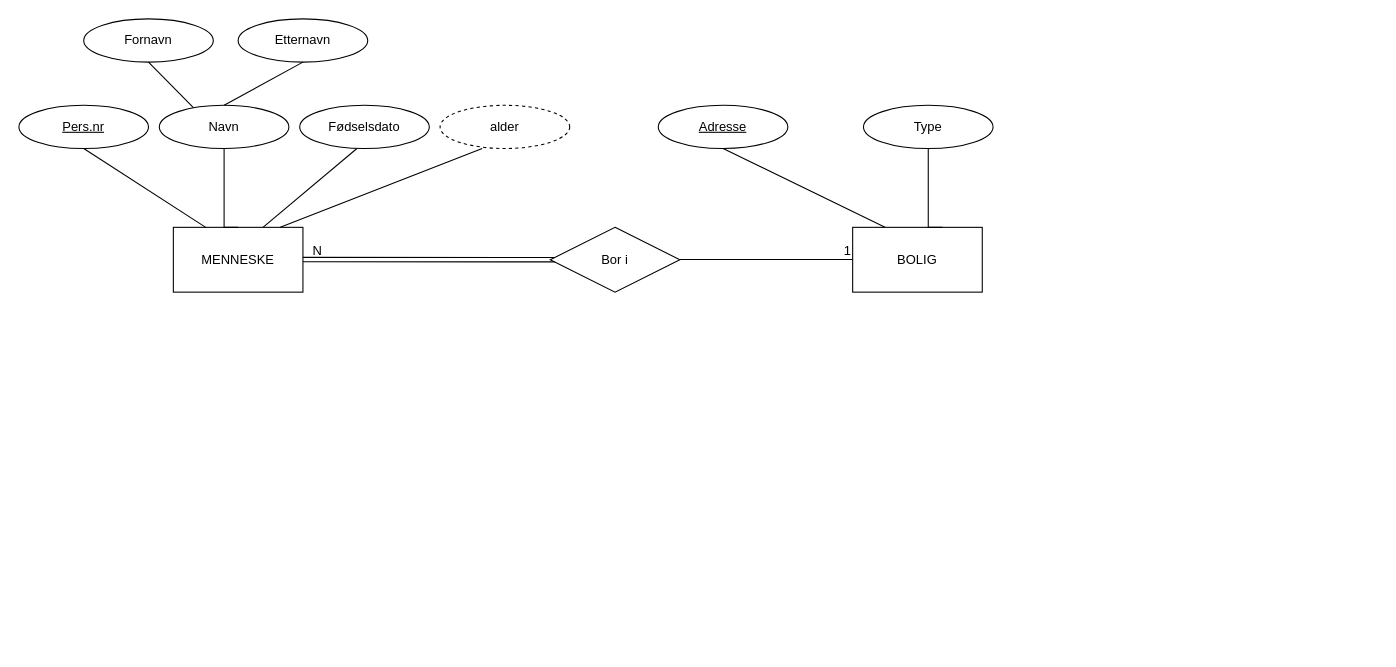
Above: Untitled Diagram.drawio in bendikmd/in2090 (draw.io), before the change. Source tidied: cells renumbered, new cells numbered last; positions are measured from the earlier drawing's top-left corner, leaving out a move shared by most shapes. Both pictures are drawn from the tidied source at 108%, with x=0, y=0 at pixel (18, 18).
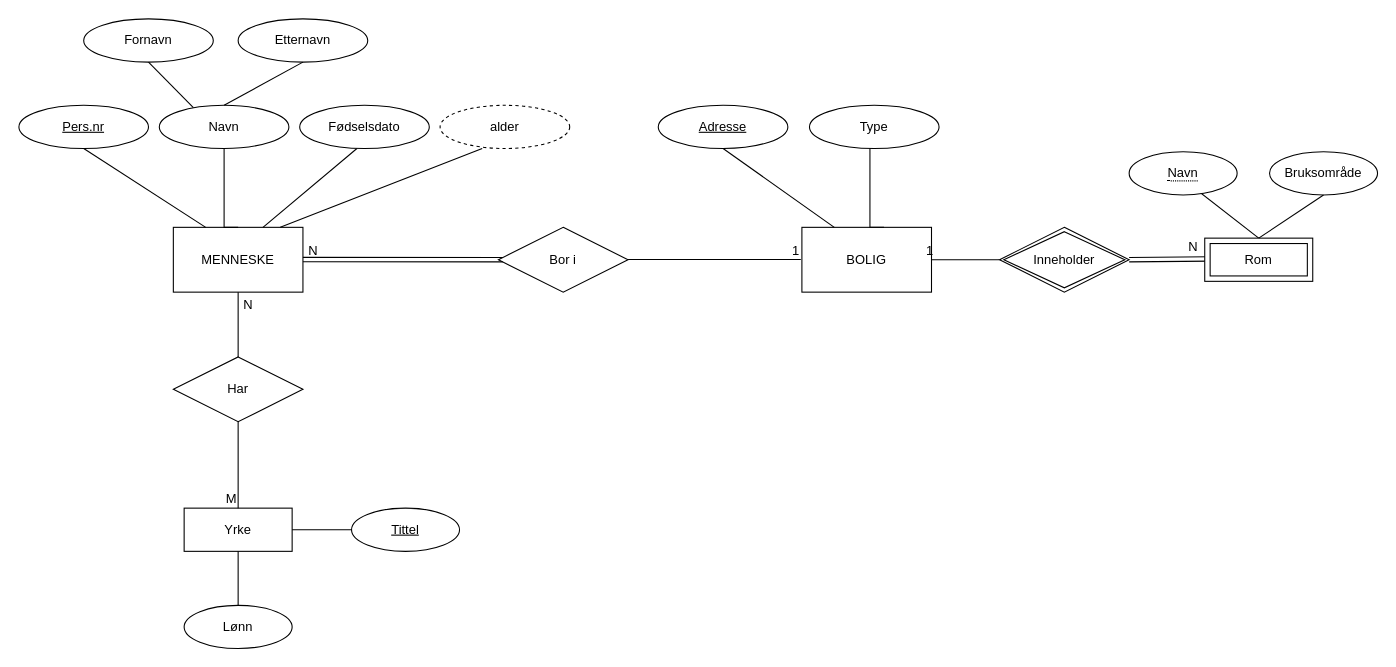
The same diagram, later.

The change refers to these unchanged cells:
```xml
<mxCell id="2" value="MENNESKE" style="rounded=0;whiteSpace=wrap;html=1;" parent="1" vertex="1">
  <mxGeometry x="143" y="193" width="120" height="60" as="geometry" />
</mxCell>
```

Diff of the diagram source:
```diff
@@
     <mxCell id="15" value="Bor i" style="shape=rhombus;perimeter=rhombusPerimeter;whiteSpace=wrap;html=1;align=center;" parent="1" vertex="1">
-      <mxGeometry x="492" y="193" width="120" height="60" as="geometry" />
+      <mxGeometry x="444" y="193" width="120" height="60" as="geometry" />
     </mxCell>
     <mxCell id="16" value="BOLIG" style="rounded=0;whiteSpace=wrap;html=1;" parent="1" vertex="1">
-      <mxGeometry x="772" y="193" width="120" height="60" as="geometry" />
+      <mxGeometry x="725" y="193" width="120" height="60" as="geometry" />
     </mxCell>
-    <mxCell id="17" style="shape=link;html=1;rounded=0;entryX=0.035;entryY=0.5;entryDx=0;entryDy=0;entryPerimeter=0;" parent="1" edge="1" target="15">
+    <mxCell id="17" style="shape=link;html=1;rounded=0;" parent="1" edge="1">
       <mxGeometry relative="1" as="geometry">
         <mxPoint x="263" y="222.8" as="sourcePoint" />
+        <mxPoint x="448" y="223" as="targetPoint" />
       </mxGeometry>
     </mxCell>
     <mxCell id="18" value="N" style="html=1;whiteSpace=wrap;align=right;verticalAlign=bottom;" parent="17" vertex="1">
       <mxGeometry x="1" relative="1" as="geometry">
-        <mxPoint x="-214" as="offset" />
+        <mxPoint x="-170" as="offset" />
       </mxGeometry>
     </mxCell>
     <mxCell id="19" style="endArrow=none;html=1;rounded=0;" parent="1" edge="1">
       <mxGeometry relative="1" as="geometry">
-        <mxPoint x="612" y="222.8" as="sourcePoint" />
-        <mxPoint x="772" y="222.8" as="targetPoint" />
+        <mxPoint x="564" y="222.8" as="sourcePoint" />
+        <mxPoint x="724" y="222.8" as="targetPoint" />
       </mxGeometry>
     </mxCell>
@@
     <mxCell id="23" value="Type" style="ellipse;whiteSpace=wrap;html=1;" parent="1" vertex="1">
-      <mxGeometry x="782" y="80" width="120" height="40" as="geometry" />
+      <mxGeometry x="732" y="80" width="120" height="40" as="geometry" />
     </mxCell>
     <mxCell id="24" style="edgeStyle=orthogonalEdgeStyle;rounded=0;orthogonalLoop=1;jettySize=auto;html=1;exitX=0.5;exitY=1;exitDx=0;exitDy=0;entryX=0.5;entryY=0;entryDx=0;entryDy=0;endArrow=none;endFill=0;" parent="1" edge="1">
       <mxGeometry relative="1" as="geometry">
-        <mxPoint x="842" y="120" as="sourcePoint" />
-        <mxPoint x="855" y="193" as="targetPoint" />
+        <mxPoint x="788" y="119.9" as="sourcePoint" />
+        <mxPoint x="801" y="192.9" as="targetPoint" />
         <Array as="points">
-          <mxPoint x="842" y="193" />
+          <mxPoint x="788" y="192.9" />
         </Array>
       </mxGeometry>
     </mxCell>
+    <mxCell id="25" style="endArrow=none;html=1;rounded=0;exitX=1;exitY=0.5;exitDx=0;exitDy=0;" parent="1" edge="1" source="16">
+      <mxGeometry relative="1" as="geometry">
+        <mxPoint x="908" y="223" as="targetPoint" />
+      </mxGeometry>
+    </mxCell>
+    <mxCell id="26" value="1" style="html=1;whiteSpace=wrap;align=right;verticalAlign=bottom;" parent="25" vertex="1">
+      <mxGeometry x="1" relative="1" as="geometry">
+        <mxPoint x="-60" as="offset" />
+      </mxGeometry>
+    </mxCell>
+    <mxCell id="27" style="shape=link;html=1;rounded=0;exitX=1;exitY=0.5;exitDx=0;exitDy=0;" parent="1" edge="1">
+      <mxGeometry relative="1" as="geometry">
+        <mxPoint x="1028" y="223" as="sourcePoint" />
+        <mxPoint x="1103" y="222.3" as="targetPoint" />
+      </mxGeometry>
+    </mxCell>
+    <mxCell id="28" value="N" style="html=1;whiteSpace=wrap;align=right;verticalAlign=bottom;" parent="1" vertex="1">
+      <mxGeometry x="518" y="163" as="geometry">
+        <mxPoint x="575" y="56" as="offset" />
+      </mxGeometry>
+    </mxCell>
+    <mxCell id="29" style="rounded=0;jettySize=auto;html=1;endArrow=none;endFill=0;entryX=0.5;entryY=0;entryDx=0;entryDy=0;exitX=0.5;exitY=1;exitDx=0;exitDy=0;" parent="1" edge="1" target="31">
+      <mxGeometry relative="1" as="geometry">
+        <mxPoint x="1058" y="133" as="sourcePoint" />
+      </mxGeometry>
+    </mxCell>
+    <mxCell id="30" value="&lt;span style=&quot;border-bottom: 1px dotted&quot;&gt;Navn&lt;/span&gt;" style="ellipse;whiteSpace=wrap;html=1;align=center;" parent="1" vertex="1">
+      <mxGeometry x="1028" y="123" width="100" height="40" as="geometry" />
+    </mxCell>
+    <mxCell id="31" value="Rom" style="shape=ext;margin=3;double=1;whiteSpace=wrap;html=1;align=center;" parent="1" vertex="1">
+      <mxGeometry x="1098" y="203" width="100" height="40" as="geometry" />
+    </mxCell>
+    <mxCell id="32" value="Inneholder" style="shape=rhombus;double=1;perimeter=rhombusPerimeter;whiteSpace=wrap;html=1;align=center;" parent="1" vertex="1">
+      <mxGeometry x="908" y="193" width="120" height="60" as="geometry" />
+    </mxCell>
+    <mxCell id="33" value="Bruksområde" style="ellipse;whiteSpace=wrap;html=1;align=center;" parent="1" vertex="1">
+      <mxGeometry x="1158" y="123" width="100" height="40" as="geometry" />
+    </mxCell>
+    <mxCell id="34" style="endArrow=none;html=1;rounded=0;exitX=0.5;exitY=0;exitDx=0;exitDy=0;entryX=0.5;entryY=1;entryDx=0;entryDy=0;" parent="1" edge="1" source="31" target="33">
+      <mxGeometry relative="1" as="geometry" />
+    </mxCell>
+    <mxCell id="35" value="Har" style="shape=rhombus;perimeter=rhombusPerimeter;whiteSpace=wrap;html=1;align=center;" parent="1" vertex="1">
+      <mxGeometry x="143" y="313" width="120" height="60" as="geometry" />
+    </mxCell>
+    <mxCell id="36" value="Yrke" style="whiteSpace=wrap;html=1;align=center;" parent="1" vertex="1">
+      <mxGeometry x="153" y="453" width="100" height="40" as="geometry" />
+    </mxCell>
+    <mxCell id="37" style="endArrow=none;html=1;rounded=0;exitX=0.5;exitY=0;exitDx=0;exitDy=0;entryX=0.5;entryY=1;entryDx=0;entryDy=0;" parent="1" edge="1" source="35" target="2">
+      <mxGeometry relative="1" as="geometry" />
+    </mxCell>
+    <mxCell id="38" value="N" style="html=1;whiteSpace=wrap;align=right;verticalAlign=bottom;" parent="37" vertex="1">
+      <mxGeometry x="1" relative="1" as="geometry">
+        <mxPoint x="15" y="20" as="offset" />
+      </mxGeometry>
+    </mxCell>
+    <mxCell id="39" style="endArrow=none;html=1;rounded=0;exitX=0.5;exitY=1;exitDx=0;exitDy=0;entryX=0.5;entryY=0;entryDx=0;entryDy=0;" parent="1" edge="1" source="35" target="36">
+      <mxGeometry relative="1" as="geometry" />
+    </mxCell>
+    <mxCell id="40" value="M" style="html=1;whiteSpace=wrap;align=right;verticalAlign=bottom;" parent="39" vertex="1">
+      <mxGeometry x="1" relative="1" as="geometry" />
+    </mxCell>
+    <mxCell id="41" value="Tittel" style="ellipse;whiteSpace=wrap;html=1;align=center;fontStyle=4;" parent="1" vertex="1">
+      <mxGeometry x="308" y="453" width="100" height="40" as="geometry" />
+    </mxCell>
+    <mxCell id="42" style="endArrow=none;html=1;rounded=0;exitX=1;exitY=0.5;exitDx=0;exitDy=0;entryX=0;entryY=0.5;entryDx=0;entryDy=0;" parent="1" edge="1" source="36" target="41">
+      <mxGeometry relative="1" as="geometry" />
+    </mxCell>
+    <mxCell id="43" value="Lønn" style="ellipse;whiteSpace=wrap;html=1;align=center;" parent="1" vertex="1">
+      <mxGeometry x="153" y="543" width="100" height="40" as="geometry" />
+    </mxCell>
+    <mxCell id="44" style="endArrow=none;html=1;rounded=0;exitX=0.5;exitY=1;exitDx=0;exitDy=0;entryX=0.5;entryY=0;entryDx=0;entryDy=0;" parent="1" edge="1" source="36" target="43">
+      <mxGeometry relative="1" as="geometry" />
+    </mxCell>
```
